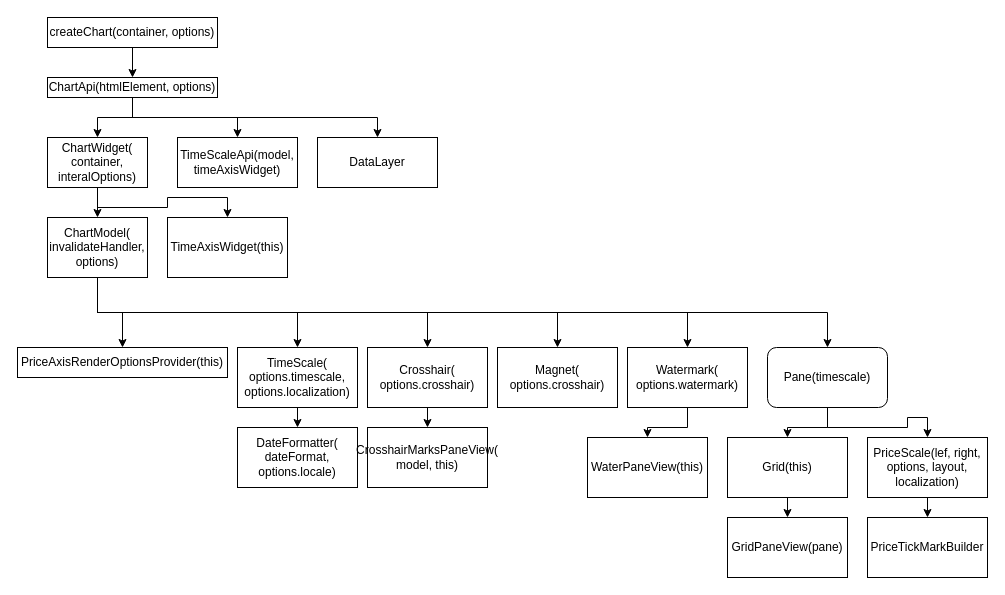
Above: page "constructor call" (3 of 4) of src/chart-api_relationship.drawio in chenhh/lightweight-charts (draw.io), before the change. Source tidied: cells renumbered, new cells numbered last; positions are measured from the earlier drawing's top-left corner, leaving out a move shared by most shapes. Both pictures are drawn from the tidied source at 100%, with x=0, y=0 at pixel (17, 17).
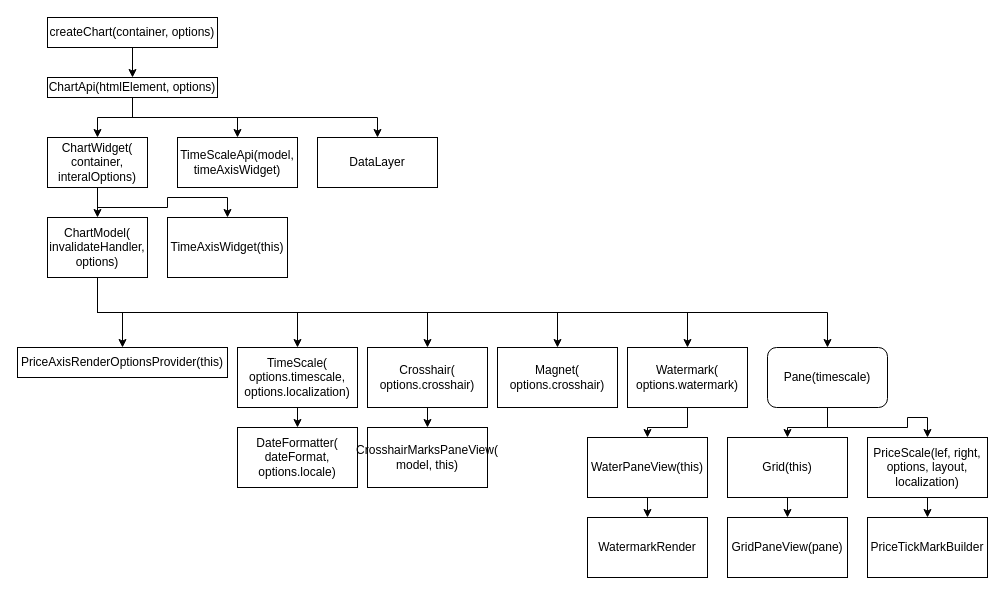
The same page after the edit.

Commit message (it also covers changes not shown here):
add chart-api comments

The change refers to these unchanged cells:
```xml
<mxCell id="37" value="WaterPaneView(this)" style="rounded=0;whiteSpace=wrap;html=1;" parent="1" vertex="1">
  <mxGeometry x="570" y="420" width="120" height="60" as="geometry" />
</mxCell>
```

The edit, as a diff of the source:
```diff
@@
+    <mxCell id="41" style="edgeStyle=orthogonalEdgeStyle;rounded=0;jettySize=auto;html=1;exitX=0.5;exitY=1;exitDx=0;exitDy=0;entryX=0.5;entryY=0;entryDx=0;entryDy=0;" parent="1" edge="1" source="37" target="42">
+      <mxGeometry relative="1" as="geometry" />
+    </mxCell>
@@
+    <mxCell id="42" value="WatermarkRender" style="rounded=0;whiteSpace=wrap;html=1;" parent="1" vertex="1">
+      <mxGeometry x="570" y="500" width="120" height="60" as="geometry" />
+    </mxCell>
```
